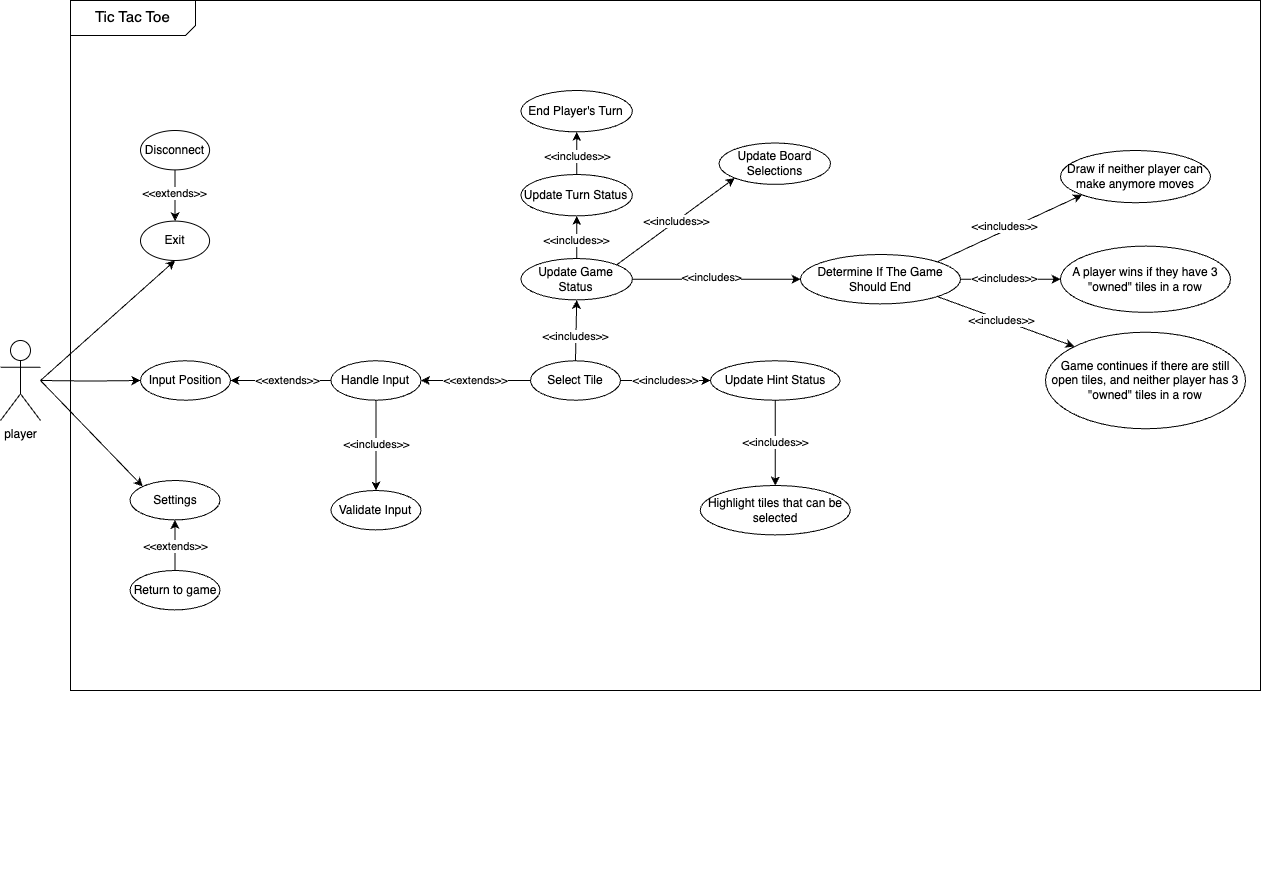
This is Use_Case_Diagram_TTT.drawio.png from illiteratewaffle/RetroArcade, a draw.io export, as it was before one commit. Source tidied: cells renumbered, new cells last; positions are measured from the earlier drawing's top-left corner, leaving out a move shared by most shapes.
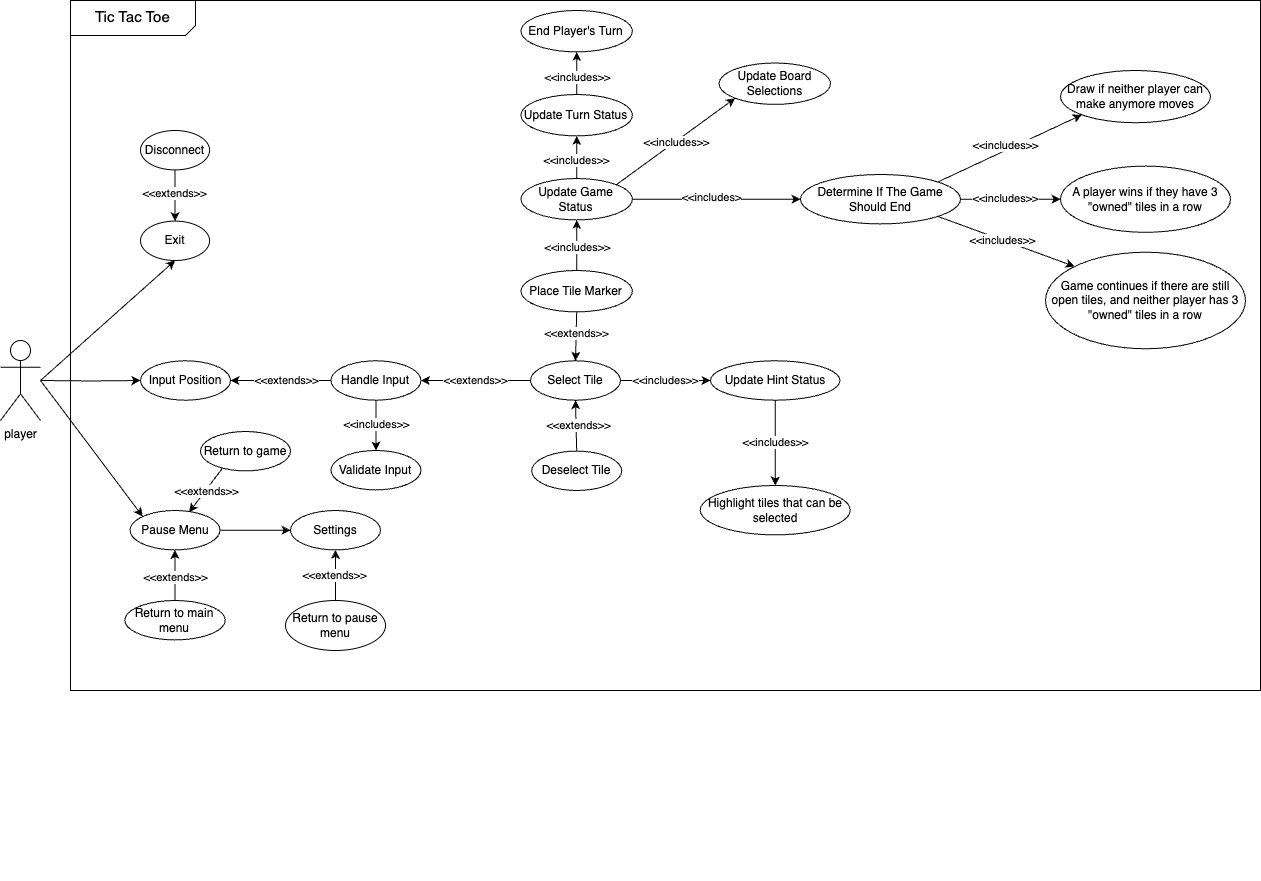
After the commit.

Commit message:
Updated the Use case diagram for Tic Tac Toe after some revisions and discussions with the group.

The edit, as a diff of the source:
```diff
@@ -55,15 +55,18 @@
       <mxGeometry x="330.5" y="360.3" width="90" height="39.4" as="geometry" />
     </mxCell>
     <mxCell id="18" value="Validate Input" style="ellipse;whiteSpace=wrap;html=1;" parent="2" vertex="1">
-      <mxGeometry x="330.5" y="490" width="90" height="39.4" as="geometry" />
+      <mxGeometry x="330.5" y="450" width="90" height="39.4" as="geometry" />
     </mxCell>
     <mxCell id="19" style="edgeStyle=orthogonalEdgeStyle;rounded=0;jettySize=auto;html=1;entryX=0;entryY=0.5;entryDx=0;entryDy=0;" parent="2" edge="1" target="12">
       <mxGeometry relative="1" as="geometry">
         <mxPoint x="40" y="380" as="sourcePoint" />
       </mxGeometry>
     </mxCell>
+    <mxCell id="59" style="edgeStyle=orthogonalEdgeStyle;rounded=0;jettySize=auto;html=1;exitX=1;exitY=0.5;exitDx=0;exitDy=0;entryX=0;entryY=0.5;entryDx=0;entryDy=0;" parent="2" edge="1" source="20" target="67">
+      <mxGeometry relative="1" as="geometry" />
+    </mxCell>
-    <mxCell id="20" value="Settings" style="ellipse;whiteSpace=wrap;html=1;" parent="2" vertex="1">
-      <mxGeometry x="129.5" y="480" width="90" height="39.4" as="geometry" />
+    <mxCell id="20" value="Pause Menu" style="ellipse;whiteSpace=wrap;html=1;" parent="2" vertex="1">
+      <mxGeometry x="129.5" y="510" width="90" height="39.4" as="geometry" />
     </mxCell>
     <mxCell id="21" style="edgeStyle=orthogonalEdgeStyle;rounded=0;jettySize=auto;html=1;exitX=0.5;exitY=0;exitDx=0;exitDy=0;entryX=0.5;entryY=1;entryDx=0;entryDy=0;" parent="2" edge="1" source="23" target="20">
       <mxGeometry relative="1" as="geometry" />
@@ -71,8 +74,8 @@
     <mxCell id="22" value="&amp;lt;&amp;lt;extends&amp;gt;&amp;gt;" style="edgeLabel;html=1;align=center;verticalAlign=middle;" parent="21" vertex="1">
       <mxGeometry x="-0.04" relative="1" as="geometry" />
     </mxCell>
-    <mxCell id="23" value="Return to game" style="ellipse;whiteSpace=wrap;html=1;" parent="2" vertex="1">
-      <mxGeometry x="129.5" y="570" width="90" height="39.4" as="geometry" />
+    <mxCell id="23" value="Return to main menu" style="ellipse;whiteSpace=wrap;html=1;" parent="2" vertex="1">
+      <mxGeometry x="124.3" y="600" width="100.5" height="39.4" as="geometry" />
     </mxCell>
     <mxCell id="24" style="rounded=0;jettySize=auto;html=1;entryX=0;entryY=0;entryDx=0;entryDy=0;" parent="2" edge="1" target="20">
       <mxGeometry relative="1" as="geometry">
@@ -93,12 +96,6 @@
         <mxPoint y="1" as="offset" />
       </mxGeometry>
     </mxCell>
-    <mxCell id="29" style="rounded=0;jettySize=auto;html=1;exitX=0.5;exitY=0;exitDx=0;exitDy=0;entryX=0.5;entryY=1;entryDx=0;entryDy=0;" parent="2" edge="1" source="31" target="46">
-      <mxGeometry relative="1" as="geometry" />
-    </mxCell>
-    <mxCell id="30" value="&amp;lt;&amp;lt;includes&amp;gt;&amp;gt;" style="edgeLabel;html=1;align=center;verticalAlign=middle;" parent="29" vertex="1">
-      <mxGeometry x="-0.2" y="1" relative="1" as="geometry" />
-    </mxCell>
     <mxCell id="31" value="Select Tile" style="ellipse;whiteSpace=wrap;html=1;" parent="2" vertex="1">
       <mxGeometry x="530" y="360.3" width="90" height="39.4" as="geometry" />
     </mxCell>
@@ -141,10 +138,10 @@
       <mxGeometry x="-0.06" relative="1" as="geometry" />
     </mxCell>
     <mxCell id="44" value="Determine If The Game Should End" style="ellipse;whiteSpace=wrap;html=1;" parent="2" vertex="1">
-      <mxGeometry x="800" y="254" width="160" height="49.4" as="geometry" />
+      <mxGeometry x="800" y="174" width="160" height="49.4" as="geometry" />
     </mxCell>
     <mxCell id="45" style="group;" parent="2" vertex="1">
-      <mxGeometry x="520.5" y="90" width="309.5" height="209.4" as="geometry" />
+      <mxGeometry x="520.5" y="10" width="309.5" height="209.4" as="geometry" />
     </mxCell>
     <mxCell id="46" value="Update Game Status" style="ellipse;whiteSpace=wrap;html=1;" parent="45" vertex="1">
       <mxGeometry y="168" width="111.4" height="41.4" as="geometry" />
@@ -181,13 +178,60 @@
       <mxGeometry relative="1" as="geometry" />
     </mxCell>
     <mxCell id="56" value="Draw if neither player can make anymore moves" style="ellipse;whiteSpace=wrap;html=1;" parent="2" vertex="1">
-      <mxGeometry x="1060" y="150" width="150" height="52.2" as="geometry" />
+      <mxGeometry x="1060" y="70" width="150" height="52.2" as="geometry" />
     </mxCell>
     <mxCell id="57" value="A player wins if they have 3 &quot;owned&quot; tiles in a row" style="ellipse;whiteSpace=wrap;html=1;" parent="2" vertex="1">
-      <mxGeometry x="1060" y="245.6" width="170" height="66.2" as="geometry" />
+      <mxGeometry x="1060" y="165.6" width="170" height="66.2" as="geometry" />
     </mxCell>
     <mxCell id="58" value="Game continues if there are still open tiles, and neither player has 3 &quot;owned&quot; tiles in a row" style="ellipse;whiteSpace=wrap;html=1;" parent="2" vertex="1">
-      <mxGeometry x="1045" y="331.7" width="200" height="96.5" as="geometry" />
+      <mxGeometry x="1045" y="251.7" width="200" height="96.5" as="geometry" />
     </mxCell>
+    <mxCell id="60" style="rounded=0;jettySize=auto;html=1;exitX=0.5;exitY=0;exitDx=0;exitDy=0;entryX=0.5;entryY=1;entryDx=0;entryDy=0;" parent="2" edge="1" source="63" target="46">
+      <mxGeometry relative="1" as="geometry" />
+    </mxCell>
+    <mxCell id="30" value="&amp;lt;&amp;lt;includes&amp;gt;&amp;gt;" style="edgeLabel;html=1;align=center;verticalAlign=middle;" parent="60" vertex="1">
+      <mxGeometry x="0.03" relative="1" as="geometry">
+        <mxPoint y="3" as="offset" />
+      </mxGeometry>
+    </mxCell>
+    <mxCell id="61" style="rounded=0;jettySize=auto;html=1;exitX=0.5;exitY=1;exitDx=0;exitDy=0;entryX=0.5;entryY=0;entryDx=0;entryDy=0;" parent="2" edge="1" source="63" target="31">
+      <mxGeometry relative="1" as="geometry" />
+    </mxCell>
+    <mxCell id="62" value="&amp;lt;&amp;lt;extends&amp;gt;&amp;gt;" style="edgeLabel;html=1;align=center;verticalAlign=middle;" parent="61" vertex="1">
+      <mxGeometry x="-0.12" relative="1" as="geometry" />
+    </mxCell>
+    <mxCell id="63" value="Place Tile Marker" style="ellipse;whiteSpace=wrap;html=1;" parent="2" vertex="1">
+      <mxGeometry x="520.5" y="270" width="111.4" height="41.4" as="geometry" />
+    </mxCell>
+    <mxCell id="64" style="rounded=0;jettySize=auto;html=1;exitX=0.5;exitY=0;exitDx=0;exitDy=0;entryX=0.5;entryY=1;entryDx=0;entryDy=0;" parent="2" edge="1" source="66" target="31">
+      <mxGeometry relative="1" as="geometry" />
+    </mxCell>
+    <mxCell id="65" value="&amp;lt;&amp;lt;extends&amp;gt;&amp;gt;" style="edgeLabel;html=1;align=center;verticalAlign=middle;" parent="64" vertex="1">
+      <mxGeometry x="0.04" y="-2" relative="1" as="geometry" />
+    </mxCell>
+    <mxCell id="66" value="Deselect Tile" style="ellipse;whiteSpace=wrap;html=1;" parent="2" vertex="1">
+      <mxGeometry x="531.2" y="450.6" width="90" height="39.4" as="geometry" />
+    </mxCell>
+    <mxCell id="67" value="Settings" style="ellipse;whiteSpace=wrap;html=1;" parent="2" vertex="1">
+      <mxGeometry x="290" y="510" width="90" height="39.4" as="geometry" />
+    </mxCell>
+    <mxCell id="68" style="edgeStyle=orthogonalEdgeStyle;rounded=0;jettySize=auto;html=1;exitX=0.5;exitY=0;exitDx=0;exitDy=0;entryX=0.5;entryY=1;entryDx=0;entryDy=0;" parent="2" edge="1" source="70" target="67">
+      <mxGeometry relative="1" as="geometry" />
+    </mxCell>
+    <mxCell id="69" value="&amp;lt;&amp;lt;extends&amp;gt;&amp;gt;" style="edgeLabel;html=1;align=center;verticalAlign=middle;" parent="68" vertex="1">
+      <mxGeometry x="-0.01" y="2" relative="1" as="geometry" />
+    </mxCell>
+    <mxCell id="70" value="Return to pause menu" style="ellipse;whiteSpace=wrap;html=1;" parent="2" vertex="1">
+      <mxGeometry x="285" y="600" width="100" height="50" as="geometry" />
+    </mxCell>
+    <mxCell id="71" style="rounded=0;jettySize=auto;html=1;exitX=0.244;exitY=0.931;exitDx=0;exitDy=0;entryX=0.657;entryY=0.042;entryDx=0;entryDy=0;exitPerimeter=0;entryPerimeter=0;" parent="2" edge="1" source="73" target="20">
+      <mxGeometry relative="1" as="geometry" />
+    </mxCell>
+    <mxCell id="72" value="&amp;lt;&amp;lt;extends&amp;gt;&amp;gt;" style="edgeLabel;html=1;align=center;verticalAlign=middle;" parent="71" vertex="1">
+      <mxGeometry x="0.03" relative="1" as="geometry" />
+    </mxCell>
+    <mxCell id="73" value="Return to game" style="ellipse;whiteSpace=wrap;html=1;" parent="2" vertex="1">
+      <mxGeometry x="200" y="431" width="90" height="39.4" as="geometry" />
+    </mxCell>
   </root>
 </mxGraphModel>
```
